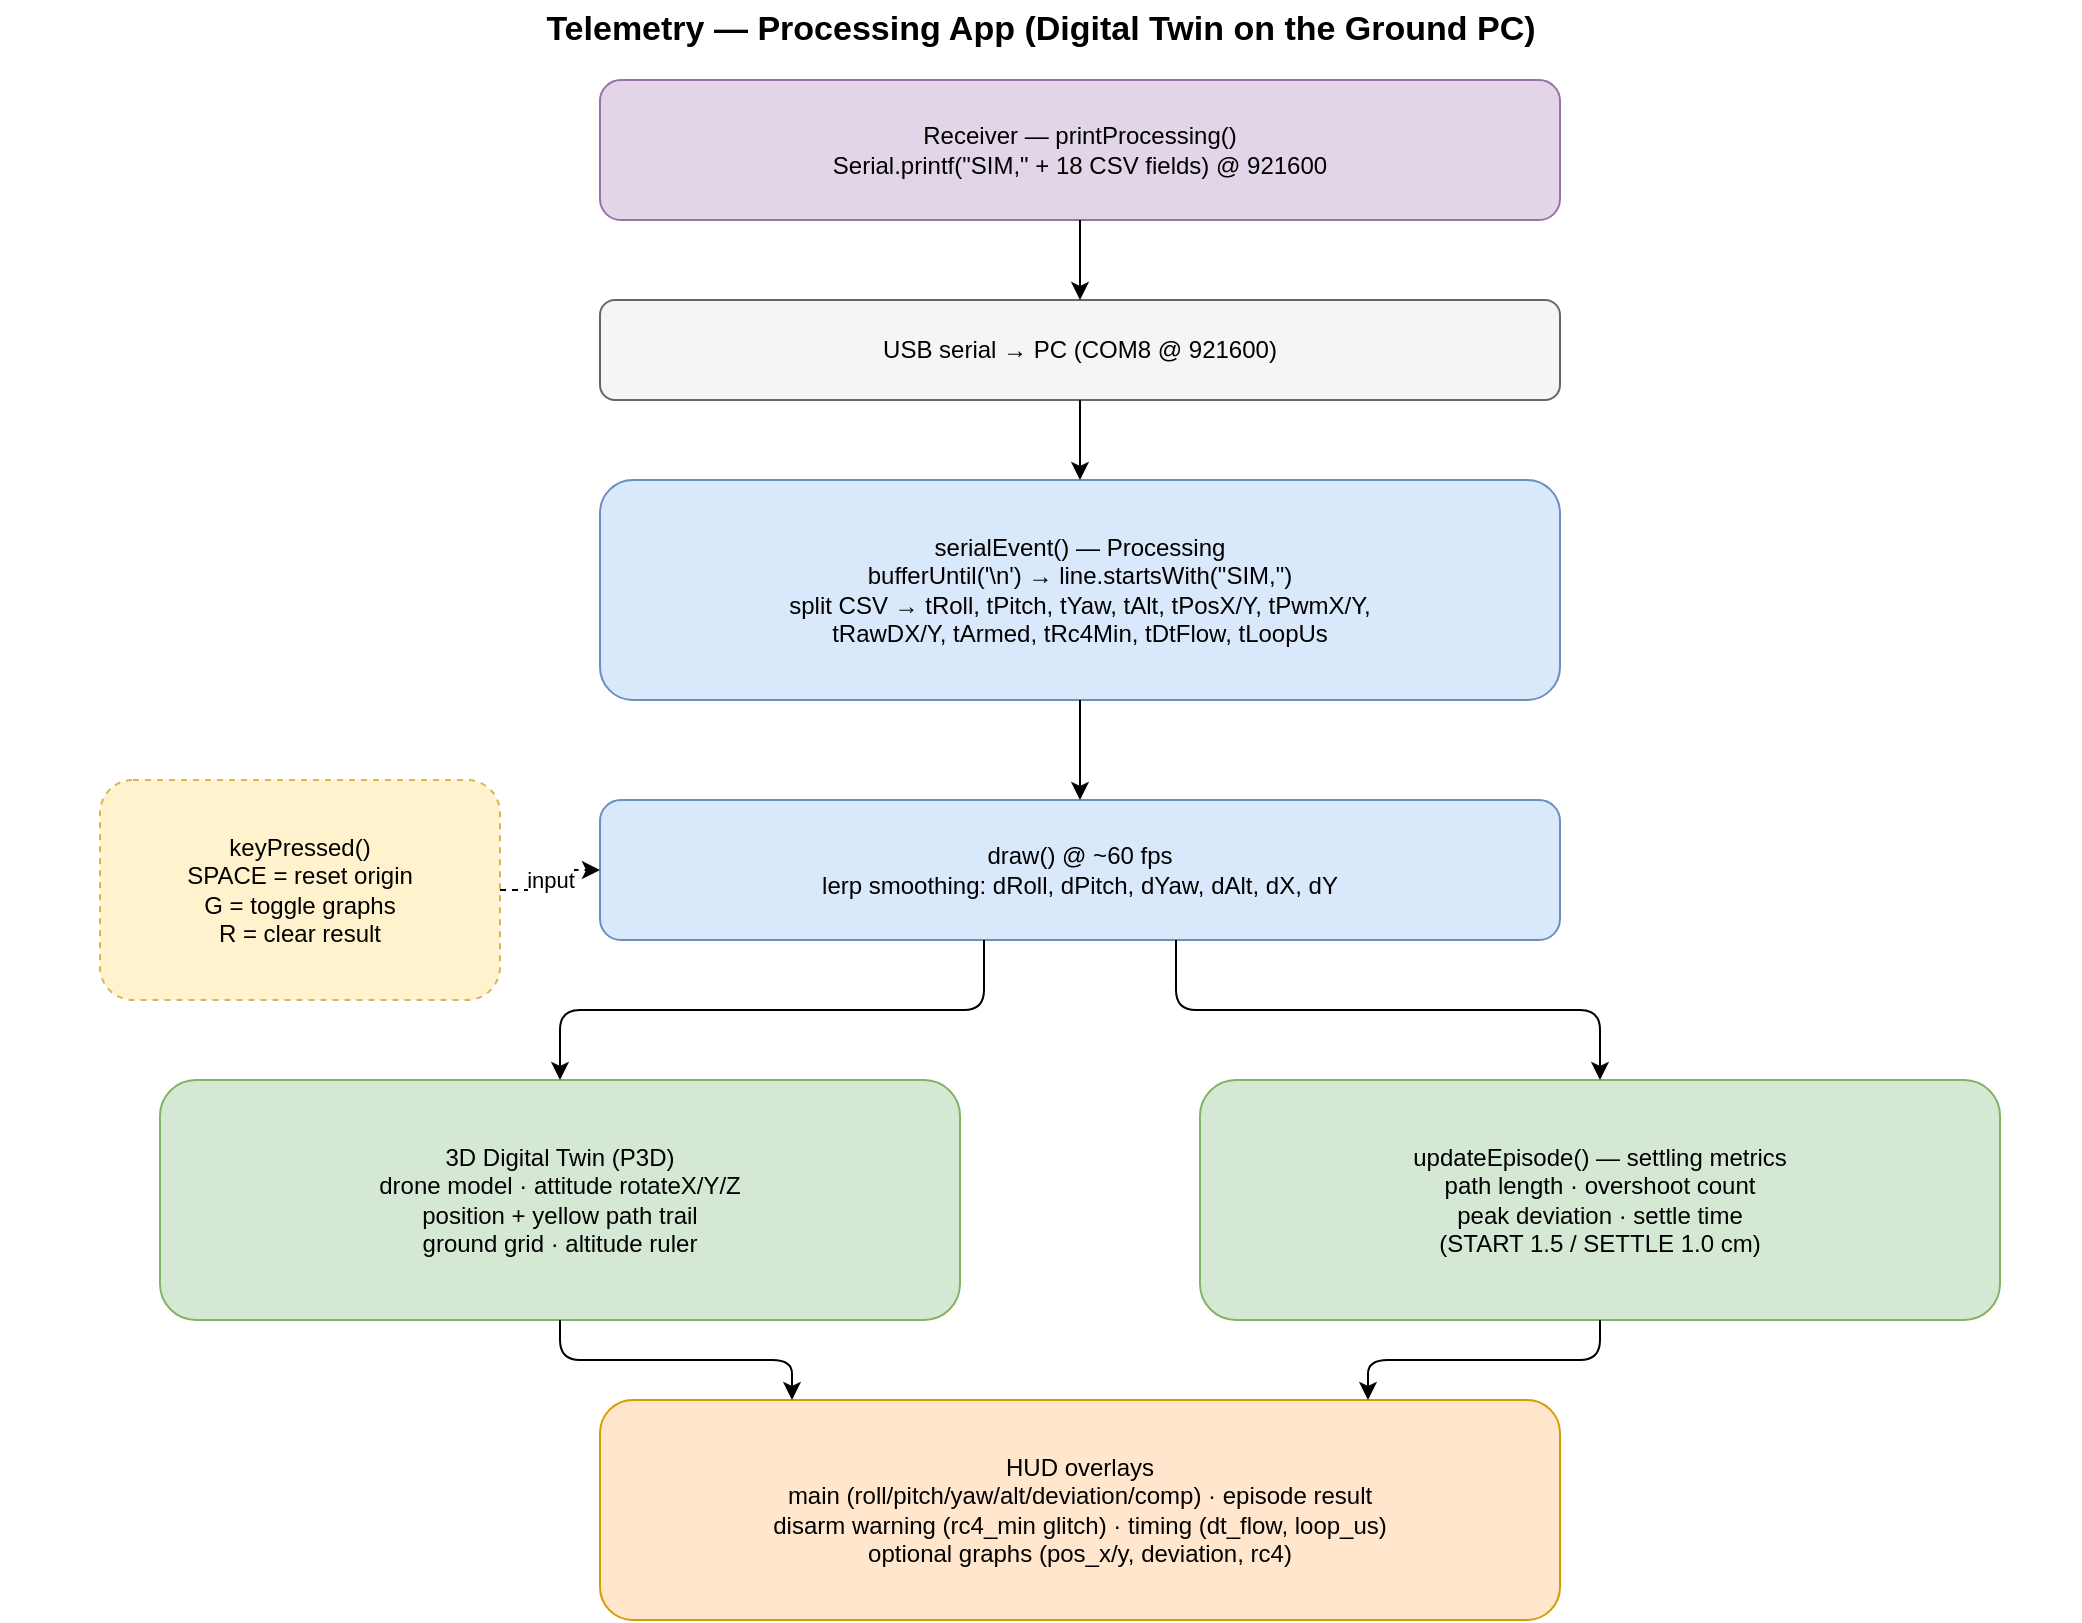
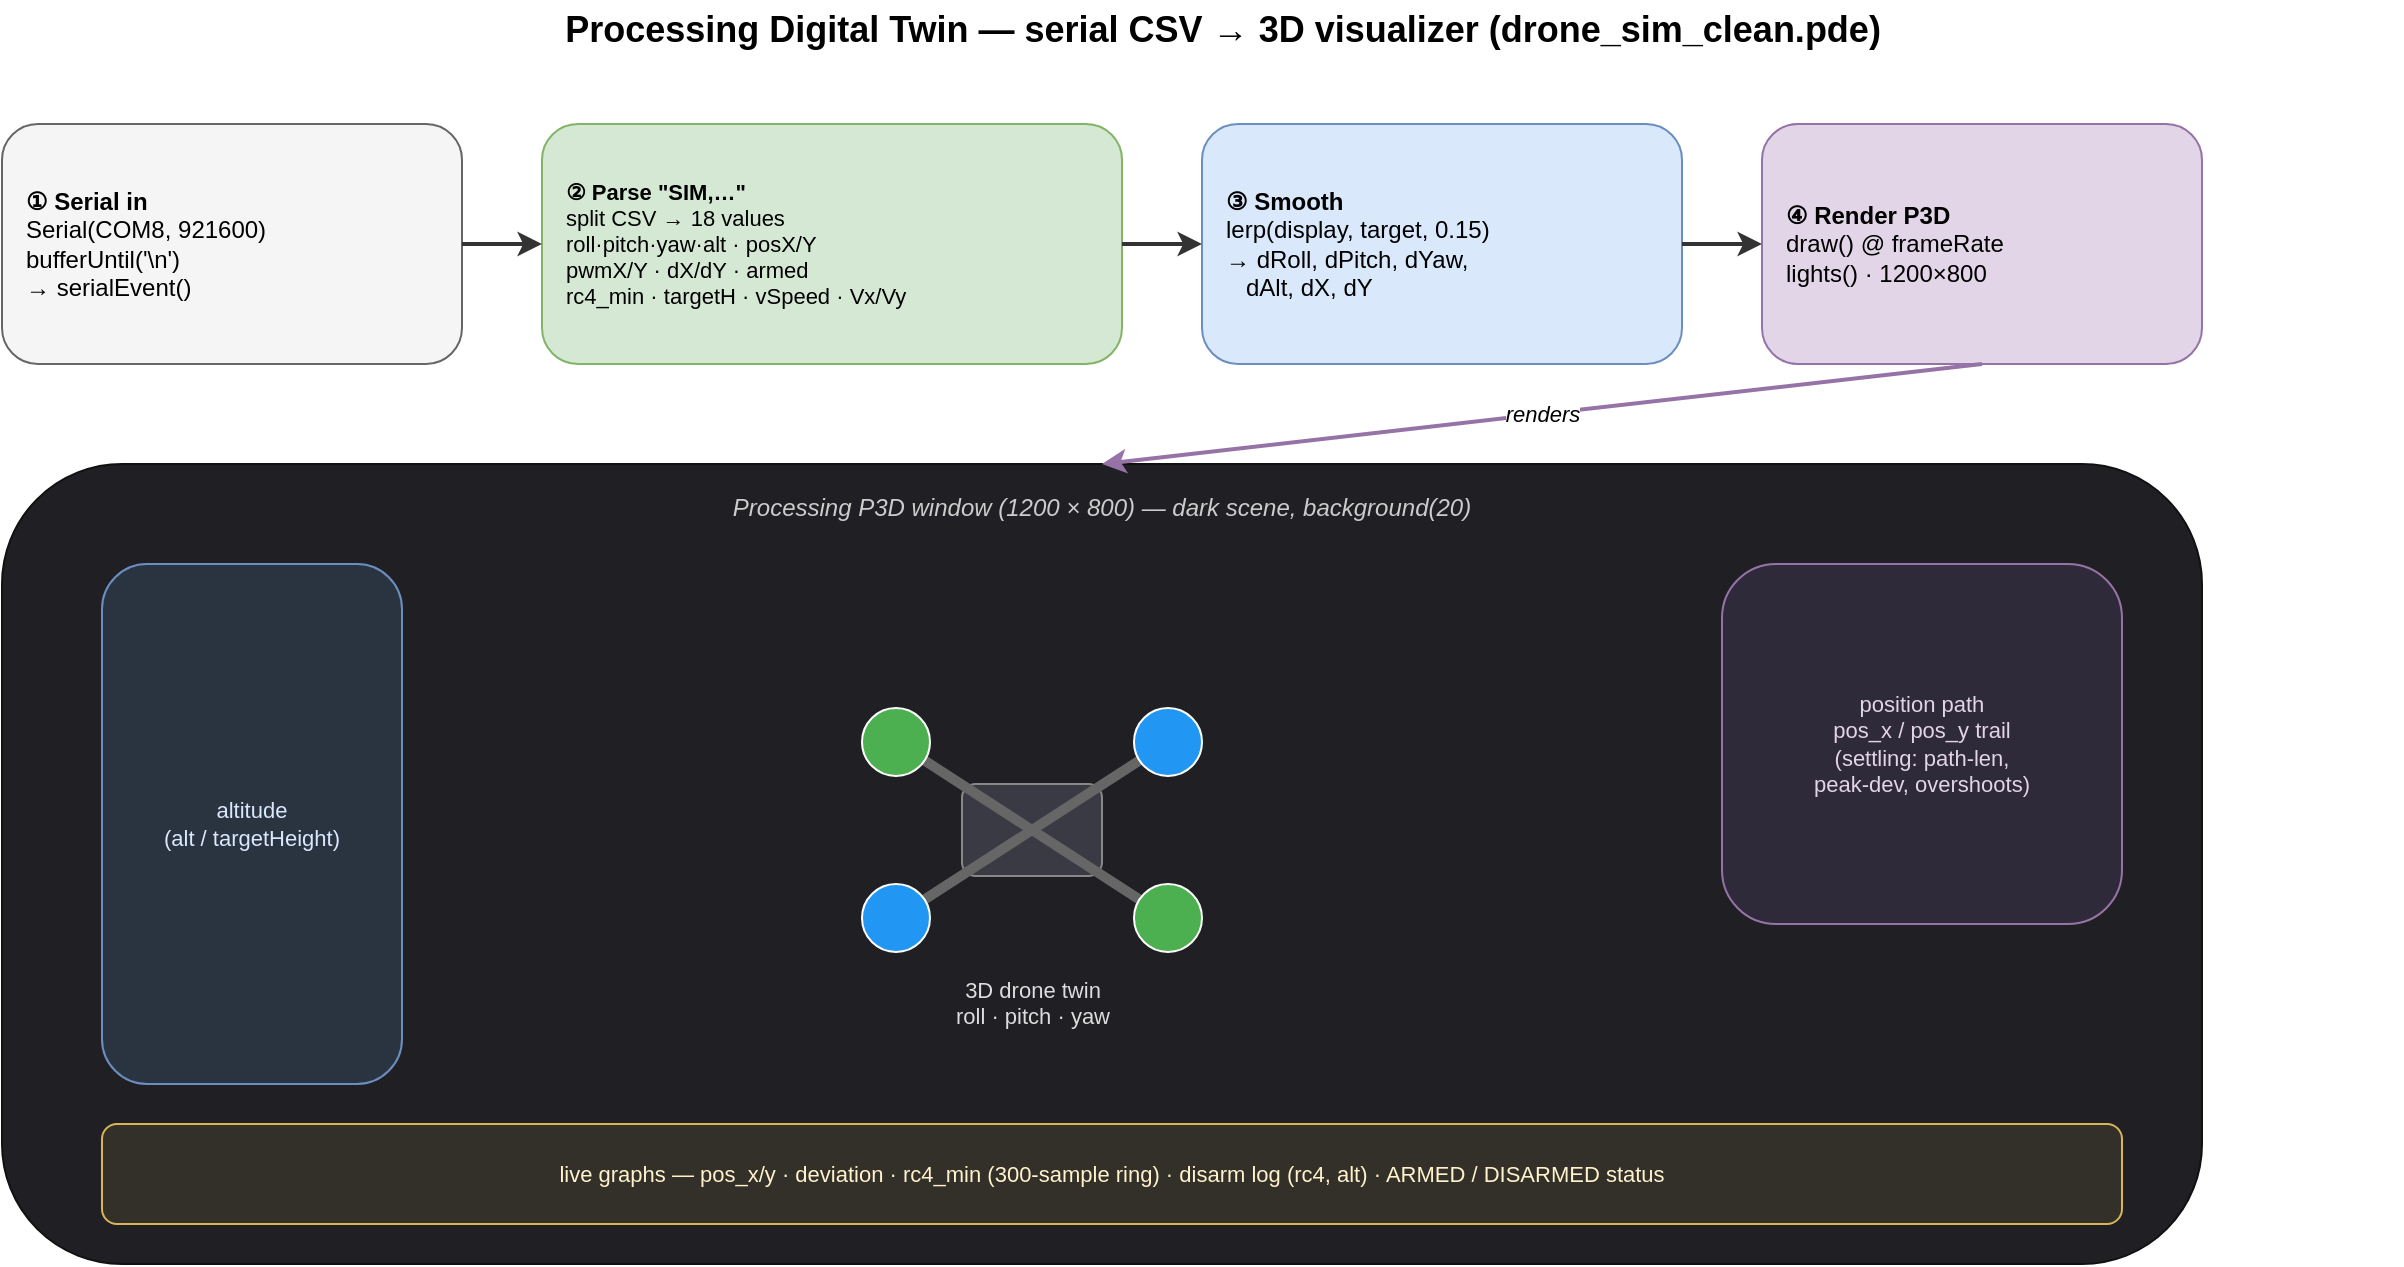
<?xml version="1.0" encoding="UTF-8"?>
<mxfile host="drawio" version="26.0.0">
  <diagram name="Telemetry-Processing-App">
-     <mxGraphModel dx="1200" dy="800" grid="1" gridSize="10" guides="1" tooltips="1" connect="1" arrows="1" fold="1" page="1" pageScale="1" math="0" shadow="0">
+     <mxGraphModel dx="1400" dy="820" grid="1" gridSize="10" guides="1" tooltips="1" connect="1" arrows="1" fold="1" page="1" pageScale="1" math="0" shadow="0">
      <root>
        <mxCell id="0" />
        <mxCell id="1" parent="0" />

-         <mxCell id="title" value="Telemetry — Processing App (Digital Twin on the Ground PC)" style="text;html=1;align=center;verticalAlign=middle;fontStyle=1;fontSize=17;" vertex="1" parent="1">
-           <mxGeometry x="40" y="20" width="1040" height="30" as="geometry" />
+         <mxCell id="ttl" value="Processing Digital Twin — serial CSV → 3D visualizer (drone_sim_clean.pde)" style="text;html=1;align=center;verticalAlign=middle;fontStyle=1;fontSize=18;" vertex="1" parent="1">
+           <mxGeometry x="60" y="18" width="1180" height="30" as="geometry" />
        </mxCell>

-         <mxCell id="src" value="Receiver — printProcessing()&#xa;Serial.printf(&quot;SIM,&quot; + 18 CSV fields) @ 921600" style="rounded=1;whiteSpace=wrap;html=1;fillColor=#e1d5e7;strokeColor=#9673a6;" vertex="1" parent="1">
-           <mxGeometry x="340" y="60" width="480" height="70" as="geometry" />
+         <!-- flow row -->
+         <mxCell id="s1" value="&lt;b&gt;① Serial in&lt;/b&gt;&#xa;Serial(COM8, 921600)&#xa;bufferUntil('\n')&#xa;→ serialEvent()" style="rounded=1;whiteSpace=wrap;html=1;fillColor=#f5f5f5;strokeColor=#666666;fontSize=12;align=left;verticalAlign=middle;spacingLeft=10;" vertex="1" parent="1">
+           <mxGeometry x="40" y="80" width="230" height="120" as="geometry" />
        </mxCell>
-         <mxCell id="usb" value="USB serial → PC  (COM8 @ 921600)" style="rounded=1;whiteSpace=wrap;html=1;fillColor=#f5f5f5;strokeColor=#666666;" vertex="1" parent="1">
-           <mxGeometry x="340" y="170" width="480" height="50" as="geometry" />
+         <mxCell id="s2" value="&lt;b&gt;② Parse &quot;SIM,…&quot;&lt;/b&gt;&#xa;split CSV → 18 values&#xa;roll·pitch·yaw·alt · posX/Y&#xa;pwmX/Y · dX/dY · armed&#xa;rc4_min · targetH · vSpeed · Vx/Vy" style="rounded=1;whiteSpace=wrap;html=1;fillColor=#d5e8d4;strokeColor=#82b366;fontSize=11;align=left;verticalAlign=middle;spacingLeft=10;" vertex="1" parent="1">
+           <mxGeometry x="310" y="80" width="290" height="120" as="geometry" />
        </mxCell>
-         <mxCell id="parse" value="serialEvent() — Processing&#xa;bufferUntil('\n') → line.startsWith(&quot;SIM,&quot;)&#xa;split CSV → tRoll, tPitch, tYaw, tAlt, tPosX/Y, tPwmX/Y,&#xa;tRawDX/Y, tArmed, tRc4Min, tDtFlow, tLoopUs" style="rounded=1;whiteSpace=wrap;html=1;fillColor=#dae8fc;strokeColor=#6c8ebf;" vertex="1" parent="1">
-           <mxGeometry x="340" y="260" width="480" height="110" as="geometry" />
+         <mxCell id="s3" value="&lt;b&gt;③ Smooth&lt;/b&gt;&#xa;lerp(display, target, 0.15)&#xa;→ dRoll, dPitch, dYaw,&#xa;&#160;&#160;&#160;dAlt, dX, dY" style="rounded=1;whiteSpace=wrap;html=1;fillColor=#dae8fc;strokeColor=#6c8ebf;fontSize=12;align=left;verticalAlign=middle;spacingLeft=10;" vertex="1" parent="1">
+           <mxGeometry x="640" y="80" width="240" height="120" as="geometry" />
        </mxCell>
-         <mxCell id="kbd" value="keyPressed()&#xa;SPACE = reset origin&#xa;G = toggle graphs&#xa;R = clear result" style="rounded=1;whiteSpace=wrap;html=1;fillColor=#fff2cc;strokeColor=#d6b656;dashed=1;" vertex="1" parent="1">
-           <mxGeometry x="90" y="410" width="200" height="110" as="geometry" />
+         <mxCell id="s4" value="&lt;b&gt;④ Render P3D&lt;/b&gt;&#xa;draw() @ frameRate&#xa;lights() · 1200×800" style="rounded=1;whiteSpace=wrap;html=1;fillColor=#e1d5e7;strokeColor=#9673a6;fontSize=12;align=left;verticalAlign=middle;spacingLeft=10;" vertex="1" parent="1">
+           <mxGeometry x="920" y="80" width="220" height="120" as="geometry" />
        </mxCell>
-         <mxCell id="draw" value="draw() @ ~60 fps&#xa;lerp smoothing: dRoll, dPitch, dYaw, dAlt, dX, dY" style="rounded=1;whiteSpace=wrap;html=1;fillColor=#dae8fc;strokeColor=#6c8ebf;" vertex="1" parent="1">
-           <mxGeometry x="340" y="420" width="480" height="70" as="geometry" />
+         <mxCell id="a1" style="html=1;endArrow=classic;strokeColor=#333333;strokeWidth=2;exitX=1;exitY=0.5;entryX=0;entryY=0.5;" edge="1" parent="1" source="s1" target="s2"><mxGeometry relative="1" as="geometry" /></mxCell>
+         <mxCell id="a2" style="html=1;endArrow=classic;strokeColor=#333333;strokeWidth=2;exitX=1;exitY=0.5;entryX=0;entryY=0.5;" edge="1" parent="1" source="s2" target="s3"><mxGeometry relative="1" as="geometry" /></mxCell>
+         <mxCell id="a3" style="html=1;endArrow=classic;strokeColor=#333333;strokeWidth=2;exitX=1;exitY=0.5;entryX=0;entryY=0.5;" edge="1" parent="1" source="s3" target="s4"><mxGeometry relative="1" as="geometry" /></mxCell>
+ 
+         <!-- ===== screen mockup (dark) ===== -->
+         <mxCell id="screen" value="Processing P3D window (1200 × 800) — dark scene, background(20)" style="rounded=1;whiteSpace=wrap;html=1;fillColor=#1f1f24;strokeColor=#111111;fontColor=#cccccc;fontSize=12;fontStyle=2;verticalAlign=top;align=center;spacingTop=8;" vertex="1" parent="1">
+           <mxGeometry x="40" y="250" width="1100" height="400" as="geometry" />
        </mxCell>
-         <mxCell id="render" value="3D Digital Twin (P3D)&#xa;drone model · attitude rotateX/Y/Z&#xa;position + yellow path trail&#xa;ground grid · altitude ruler" style="rounded=1;whiteSpace=wrap;html=1;fillColor=#d5e8d4;strokeColor=#82b366;" vertex="1" parent="1">
-           <mxGeometry x="120" y="560" width="400" height="120" as="geometry" />
+         <mxCell id="a_render" value="renders" style="html=1;endArrow=classic;strokeColor=#9673a6;strokeWidth=2;exitX=0.5;exitY=1;entryX=0.5;entryY=0;fontSize=11;fontStyle=2;labelBackgroundColor=#ffffff;" edge="1" parent="1" source="s4" target="screen"><mxGeometry relative="1" as="geometry" /></mxCell>
+ 
+         <!-- mini quad (center) -->
+         <mxCell id="qbody" value="" style="rounded=1;whiteSpace=wrap;html=1;fillColor=#3a3a44;strokeColor=#888888;" vertex="1" parent="1">
+           <mxGeometry x="520" y="410" width="70" height="46" as="geometry" />
        </mxCell>
-         <mxCell id="episode" value="updateEpisode() — settling metrics&#xa;path length · overshoot count&#xa;peak deviation · settle time&#xa;(START 1.5 / SETTLE 1.0 cm)" style="rounded=1;whiteSpace=wrap;html=1;fillColor=#d5e8d4;strokeColor=#82b366;" vertex="1" parent="1">
-           <mxGeometry x="640" y="560" width="400" height="120" as="geometry" />
-         </mxCell>
-         <mxCell id="hud" value="HUD overlays&#xa;main (roll/pitch/yaw/alt/deviation/comp) · episode result&#xa;disarm warning (rc4_min glitch) · timing (dt_flow, loop_us)&#xa;optional graphs (pos_x/y, deviation, rc4)" style="rounded=1;whiteSpace=wrap;html=1;fillColor=#ffe6cc;strokeColor=#d79b00;" vertex="1" parent="1">
-           <mxGeometry x="340" y="720" width="480" height="110" as="geometry" />
+         <mxCell id="qa1" style="html=1;endArrow=none;strokeColor=#666666;strokeWidth=5;" edge="1" parent="1" source="qFL" target="qRR"><mxGeometry relative="1" as="geometry" /></mxCell>
+         <mxCell id="qa2" style="html=1;endArrow=none;strokeColor=#666666;strokeWidth=5;" edge="1" parent="1" source="qFR" target="qRL"><mxGeometry relative="1" as="geometry" /></mxCell>
+         <mxCell id="qFL" value="" style="ellipse;whiteSpace=wrap;html=1;fillColor=#4caf50;strokeColor=#ffffff;" vertex="1" parent="1"><mxGeometry x="470" y="372" width="34" height="34" as="geometry" /></mxCell>
+         <mxCell id="qFR" value="" style="ellipse;whiteSpace=wrap;html=1;fillColor=#2196f3;strokeColor=#ffffff;" vertex="1" parent="1"><mxGeometry x="606" y="372" width="34" height="34" as="geometry" /></mxCell>
+         <mxCell id="qRL" value="" style="ellipse;whiteSpace=wrap;html=1;fillColor=#2196f3;strokeColor=#ffffff;" vertex="1" parent="1"><mxGeometry x="470" y="460" width="34" height="34" as="geometry" /></mxCell>
+         <mxCell id="qRR" value="" style="ellipse;whiteSpace=wrap;html=1;fillColor=#4caf50;strokeColor=#ffffff;" vertex="1" parent="1"><mxGeometry x="606" y="460" width="34" height="34" as="geometry" /></mxCell>
+         <mxCell id="qLbl" value="3D drone twin&#xa;roll · pitch · yaw" style="text;html=1;align=center;fontSize=11;fontColor=#dddddd;" vertex="1" parent="1"><mxGeometry x="480" y="500" width="150" height="34" as="geometry" /></mxCell>
+ 
+         <!-- altitude gauge (left) -->
+         <mxCell id="altG" value="altitude&#xa;(alt / targetHeight)" style="rounded=1;whiteSpace=wrap;html=1;fillColor=#2a3340;strokeColor=#6c8ebf;fontColor=#dae8fc;fontSize=11;" vertex="1" parent="1">
+           <mxGeometry x="90" y="300" width="150" height="260" as="geometry" />
        </mxCell>

-         <mxCell id="d1" style="edgeStyle=orthogonalEdgeStyle;rounded=1;orthogonalLoop=1;jettySize=auto;html=1;exitX=0.5;exitY=1;exitDx=0;exitDy=0;entryX=0.5;entryY=0;entryDx=0;entryDy=0;" edge="1" parent="1" source="src" target="usb"><mxGeometry relative="1" as="geometry" /></mxCell>
-         <mxCell id="d2" style="edgeStyle=orthogonalEdgeStyle;rounded=1;orthogonalLoop=1;jettySize=auto;html=1;exitX=0.5;exitY=1;exitDx=0;exitDy=0;entryX=0.5;entryY=0;entryDx=0;entryDy=0;" edge="1" parent="1" source="usb" target="parse"><mxGeometry relative="1" as="geometry" /></mxCell>
-         <mxCell id="d3" style="edgeStyle=orthogonalEdgeStyle;rounded=1;orthogonalLoop=1;jettySize=auto;html=1;exitX=0.5;exitY=1;exitDx=0;exitDy=0;entryX=0.5;entryY=0;entryDx=0;entryDy=0;" edge="1" parent="1" source="parse" target="draw"><mxGeometry relative="1" as="geometry" /></mxCell>
-         <mxCell id="d4" value="input" style="edgeStyle=orthogonalEdgeStyle;rounded=1;orthogonalLoop=1;jettySize=auto;html=1;fontSize=11;labelBackgroundColor=#ffffff;dashed=1;exitX=1;exitY=0.5;exitDx=0;exitDy=0;entryX=0;entryY=0.5;entryDx=0;entryDy=0;" edge="1" parent="1" source="kbd" target="draw"><mxGeometry relative="1" as="geometry" /></mxCell>
-         <mxCell id="d5" style="edgeStyle=orthogonalEdgeStyle;rounded=1;orthogonalLoop=1;jettySize=auto;html=1;exitX=0.4;exitY=1;exitDx=0;exitDy=0;entryX=0.5;entryY=0;entryDx=0;entryDy=0;" edge="1" parent="1" source="draw" target="render"><mxGeometry relative="1" as="geometry" /></mxCell>
-         <mxCell id="d6" style="edgeStyle=orthogonalEdgeStyle;rounded=1;orthogonalLoop=1;jettySize=auto;html=1;exitX=0.6;exitY=1;exitDx=0;exitDy=0;entryX=0.5;entryY=0;entryDx=0;entryDy=0;" edge="1" parent="1" source="draw" target="episode"><mxGeometry relative="1" as="geometry" /></mxCell>
-         <mxCell id="d7" style="edgeStyle=orthogonalEdgeStyle;rounded=1;orthogonalLoop=1;jettySize=auto;html=1;exitX=0.5;exitY=1;exitDx=0;exitDy=0;entryX=0.2;entryY=0;entryDx=0;entryDy=0;" edge="1" parent="1" source="render" target="hud"><mxGeometry relative="1" as="geometry" /></mxCell>
-         <mxCell id="d8" style="edgeStyle=orthogonalEdgeStyle;rounded=1;orthogonalLoop=1;jettySize=auto;html=1;exitX=0.5;exitY=1;exitDx=0;exitDy=0;entryX=0.8;entryY=0;entryDx=0;entryDy=0;" edge="1" parent="1" source="episode" target="hud"><mxGeometry relative="1" as="geometry" /></mxCell>
+         <!-- position path (right) -->
+         <mxCell id="pathP" value="position path&#xa;pos_x / pos_y trail&#xa;(settling: path-len,&#xa;peak-dev, overshoots)" style="rounded=1;whiteSpace=wrap;html=1;fillColor=#2f2a3a;strokeColor=#9673a6;fontColor=#e1d5e7;fontSize=11;" vertex="1" parent="1">
+           <mxGeometry x="900" y="300" width="200" height="180" as="geometry" />
+         </mxCell>
+ 
+         <!-- graphs (bottom) -->
+         <mxCell id="graphs" value="live graphs — pos_x/y · deviation · rc4_min (300-sample ring)   ·   disarm log (rc4, alt)   ·   ARMED / DISARMED status" style="rounded=1;whiteSpace=wrap;html=1;fillColor=#333029;strokeColor=#d6b656;fontColor=#fff2cc;fontSize=11;" vertex="1" parent="1">
+           <mxGeometry x="90" y="580" width="1010" height="50" as="geometry" />
+         </mxCell>

      </root>
    </mxGraphModel>
  </diagram>
</mxfile>
